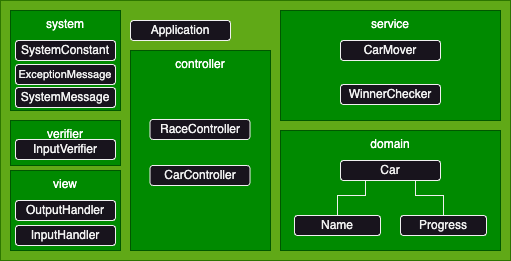
The draw.io diagram docs/images/다이어그램.png in woowacourse-precourse/java-racingcar-6, before a commit. Source tidied: cells renumbered, new cells last; positions are measured from the earlier drawing's top-left corner, leaving out a move shared by most shapes.
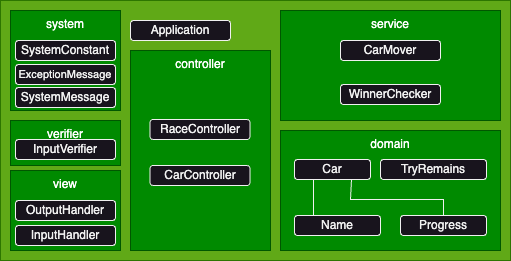
After the change.

Commit message:
feat(TryRemains): 남은 시도 횟수를 저장하는 기능 구현

What changed in the source:
```diff
@@ -21,16 +21,22 @@
       <mxGeometry x="280" y="130" width="220" height="120" as="geometry" />
     </mxCell>
     <mxCell id="8" value="Car" style="rounded=1;whiteSpace=wrap;html=1;" parent="1" vertex="1">
-      <mxGeometry x="340" y="160" width="100" height="20" as="geometry" />
+      <mxGeometry x="294" y="159" width="76" height="20" as="geometry" />
     </mxCell>
-    <mxCell id="9" style="edgeStyle=orthogonalEdgeStyle;rounded=0;jettySize=auto;html=1;exitX=0.5;exitY=0;exitDx=0;exitDy=0;entryX=0.25;entryY=1;entryDx=0;entryDy=0;endArrow=none;endFill=0;" parent="1" edge="1" source="10" target="8">
+    <mxCell id="9" style="edgeStyle=orthogonalEdgeStyle;rounded=0;jettySize=auto;html=1;entryX=0.25;entryY=1;entryDx=0;entryDy=0;endArrow=none;endFill=0;exitX=0.25;exitY=0;exitDx=0;exitDy=0;" parent="1" edge="1" source="10" target="8">
       <mxGeometry relative="1" as="geometry" />
     </mxCell>
     <mxCell id="10" value="Name" style="rounded=1;whiteSpace=wrap;html=1;" parent="1" vertex="1">
       <mxGeometry x="294" y="215" width="86" height="20" as="geometry" />
     </mxCell>
     <mxCell id="11" style="edgeStyle=orthogonalEdgeStyle;rounded=0;jettySize=auto;html=1;exitX=0.5;exitY=0;exitDx=0;exitDy=0;entryX=0.75;entryY=1;entryDx=0;entryDy=0;endArrow=none;endFill=0;" parent="1" edge="1" source="12" target="8">
-      <mxGeometry relative="1" as="geometry" />
+      <mxGeometry relative="1" as="geometry">
+        <Array as="points">
+          <mxPoint x="443" y="199" />
+          <mxPoint x="350" y="199" />
+          <mxPoint x="350" y="179" />
+        </Array>
+      </mxGeometry>
     </mxCell>
     <mxCell id="12" value="Progress" style="rounded=1;whiteSpace=wrap;html=1;" parent="1" vertex="1">
       <mxGeometry x="400" y="215" width="86" height="20" as="geometry" />
@@ -71,5 +77,8 @@
     <mxCell id="24" value="&lt;font style=&quot;font-size: 12px;&quot;&gt;SystemMessage&lt;/font&gt;" style="rounded=1;whiteSpace=wrap;html=1;" parent="1" vertex="1">
       <mxGeometry x="15" y="87" width="100" height="20" as="geometry" />
     </mxCell>
+    <mxCell id="25" value="TryRemains" style="rounded=1;whiteSpace=wrap;html=1;" parent="1" vertex="1">
+      <mxGeometry x="380" y="159" width="106" height="20" as="geometry" />
+    </mxCell>
   </root>
 </mxGraphModel>
```
